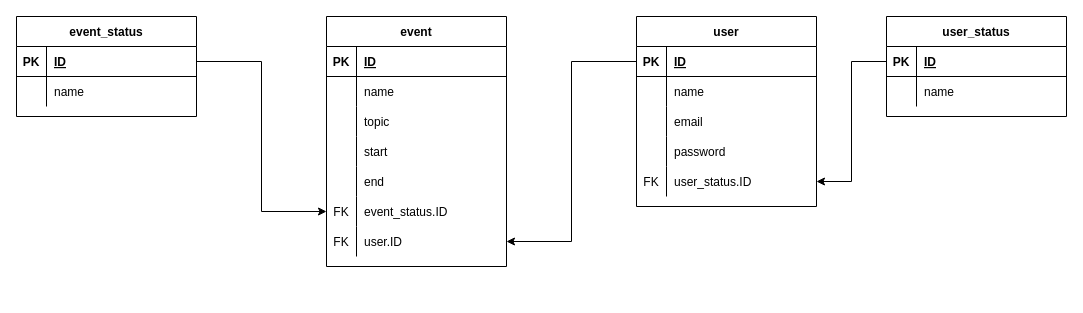
The draw.io diagram plans/database_plan/Calendar_database_plan.drawio in KerteszZoltan/szakdoga, before the edit. Source tidied: cells renumbered, new cells numbered last; positions are measured from the earlier drawing's top-left corner, leaving out a move shared by most shapes. Both pictures are drawn from the tidied source at 100%, with x=0, y=0 at pixel (16, 16).
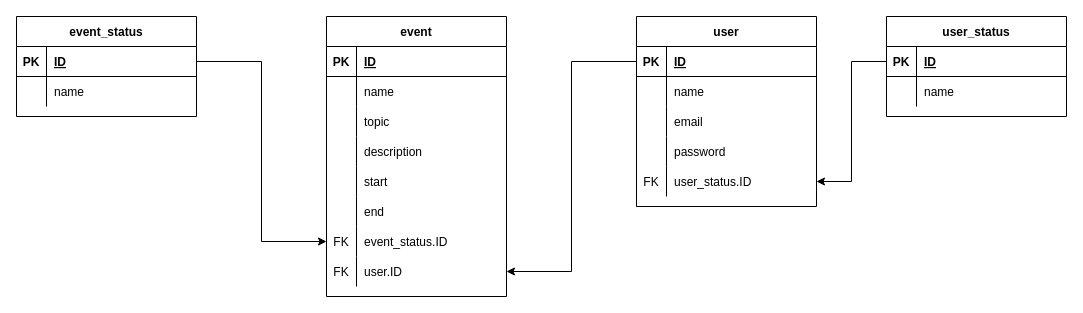
The same diagram, later.

Commit message:
add description to the event table

What changed in the source:
```diff
@@
     <mxCell id="2" value="event" style="shape=table;startSize=30;childLayout=tableLayout;rowLines=0;fontStyle=1;align=center;" parent="1" vertex="1">
-      <mxGeometry x="310" width="180" height="250" as="geometry" />
+      <mxGeometry x="310" width="180" height="280" as="geometry" />
     </mxCell>
@@
+    <mxCell id="57" style="shape=partialRectangle;fillColor=none;top=0;left=0;bottom=0;right=0;" parent="2" vertex="1">
+      <mxGeometry y="120" width="180" height="30" as="geometry" />
+    </mxCell>
+    <mxCell id="58" style="shape=partialRectangle;fillColor=none;top=0;left=0;bottom=0;right=0;overflow=hidden;" parent="57" vertex="1">
+      <mxGeometry width="30" height="30" as="geometry" />
+    </mxCell>
+    <mxCell id="59" value="description" style="shape=partialRectangle;fillColor=none;top=0;left=0;bottom=0;right=0;align=left;spacingLeft=6;overflow=hidden;" parent="57" vertex="1">
+      <mxGeometry x="30" width="150" height="30" as="geometry" />
+    </mxCell>
     <mxCell id="12" style="shape=partialRectangle;fillColor=none;top=0;left=0;bottom=0;right=0;" parent="2" vertex="1">
-      <mxGeometry y="120" width="180" height="30" as="geometry" />
+      <mxGeometry y="150" width="180" height="30" as="geometry" />
     </mxCell>
@@
     <mxCell id="15" style="shape=partialRectangle;fillColor=none;top=0;left=0;bottom=0;right=0;" parent="2" vertex="1">
-      <mxGeometry y="150" width="180" height="30" as="geometry" />
+      <mxGeometry y="180" width="180" height="30" as="geometry" />
     </mxCell>
@@
     <mxCell id="18" style="shape=partialRectangle;fillColor=none;top=0;left=0;bottom=0;right=0;points=[[0,0.5],[1,0.5]];portConstraint=eastwest;" parent="2" vertex="1">
-      <mxGeometry y="180" width="180" height="30" as="geometry" />
+      <mxGeometry y="210" width="180" height="30" as="geometry" />
     </mxCell>
@@
     <mxCell id="21" style="shape=partialRectangle;fillColor=none;top=0;left=0;bottom=0;right=0;points=[[0,0.5],[1,0.5]];portConstraint=eastwest;" parent="2" vertex="1">
-      <mxGeometry y="210" width="180" height="30" as="geometry" />
+      <mxGeometry y="240" width="180" height="30" as="geometry" />
     </mxCell>
```
